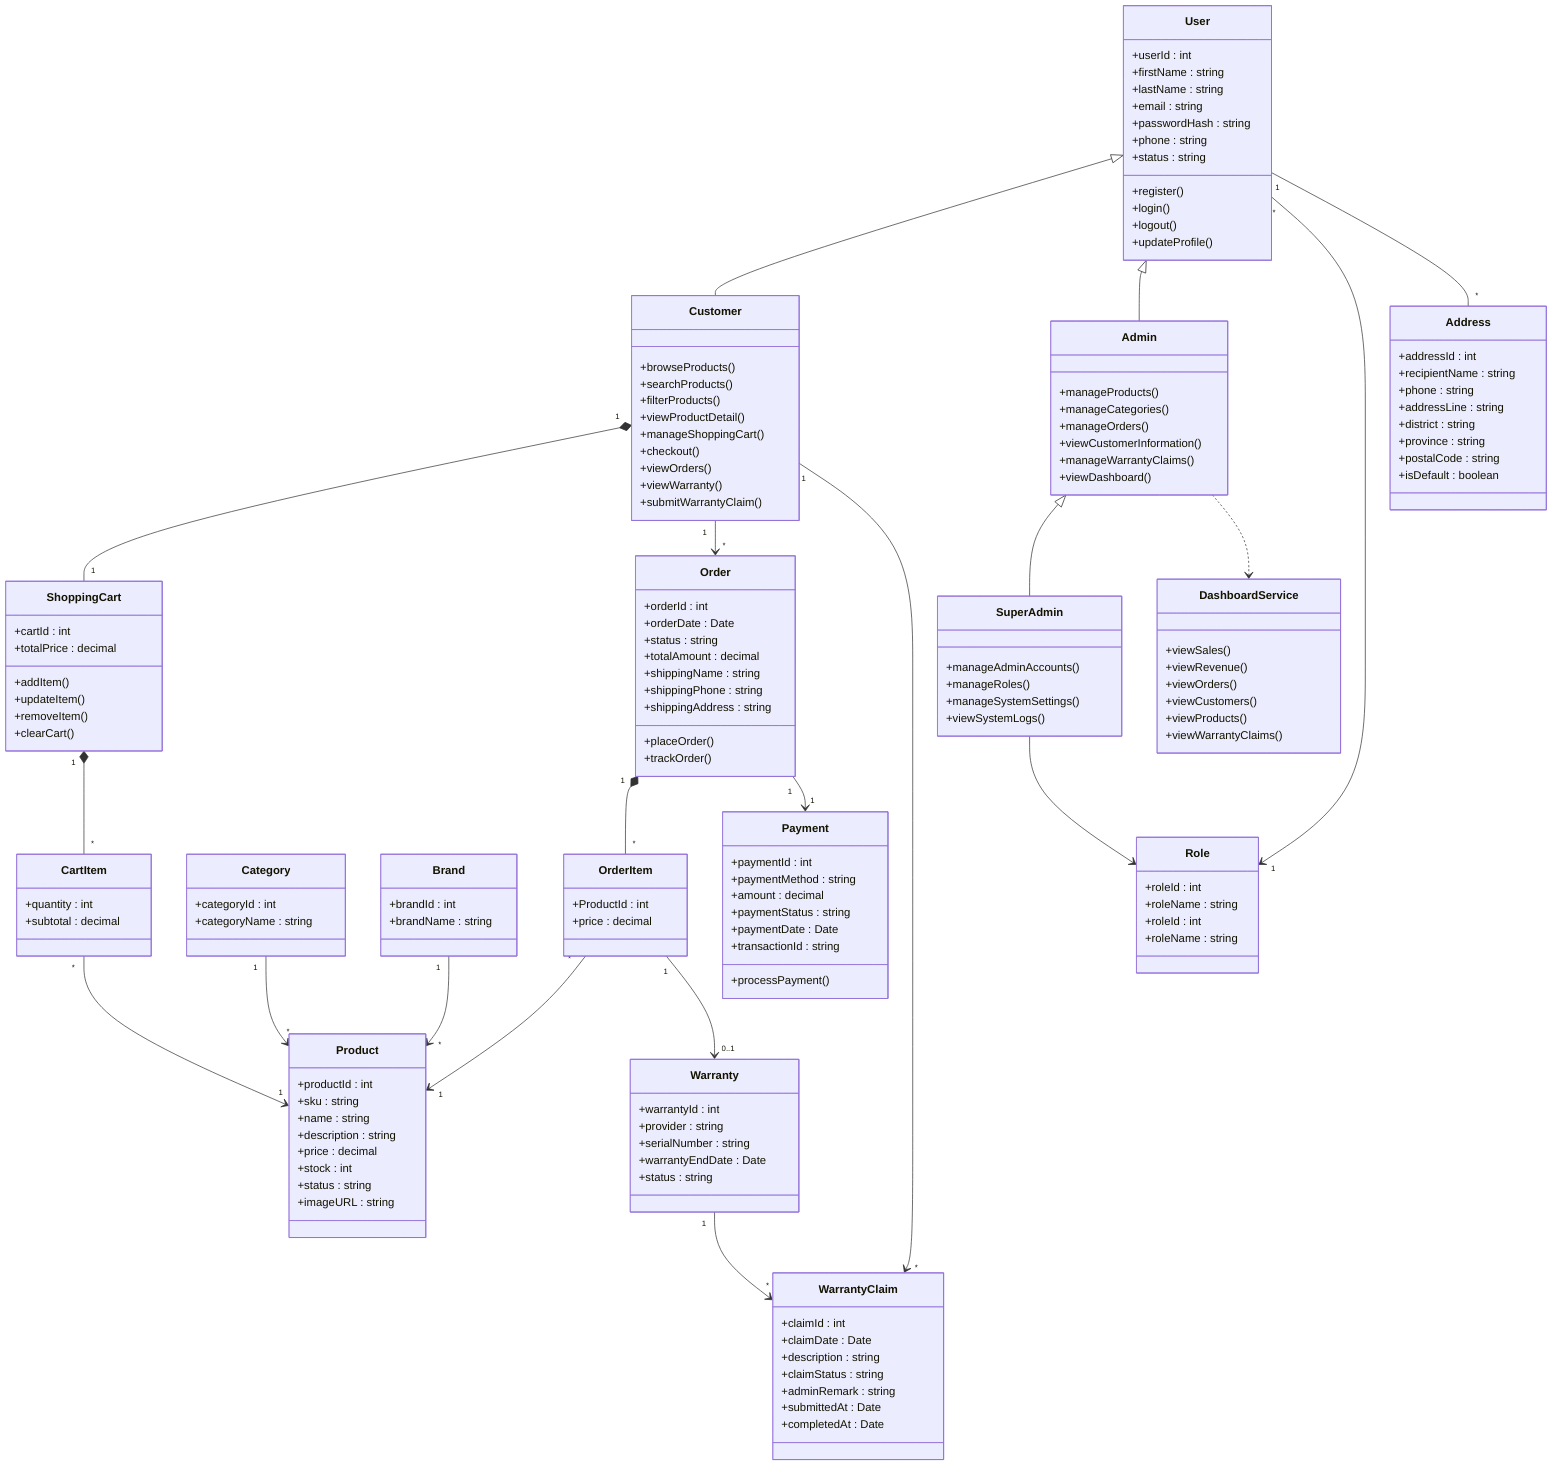
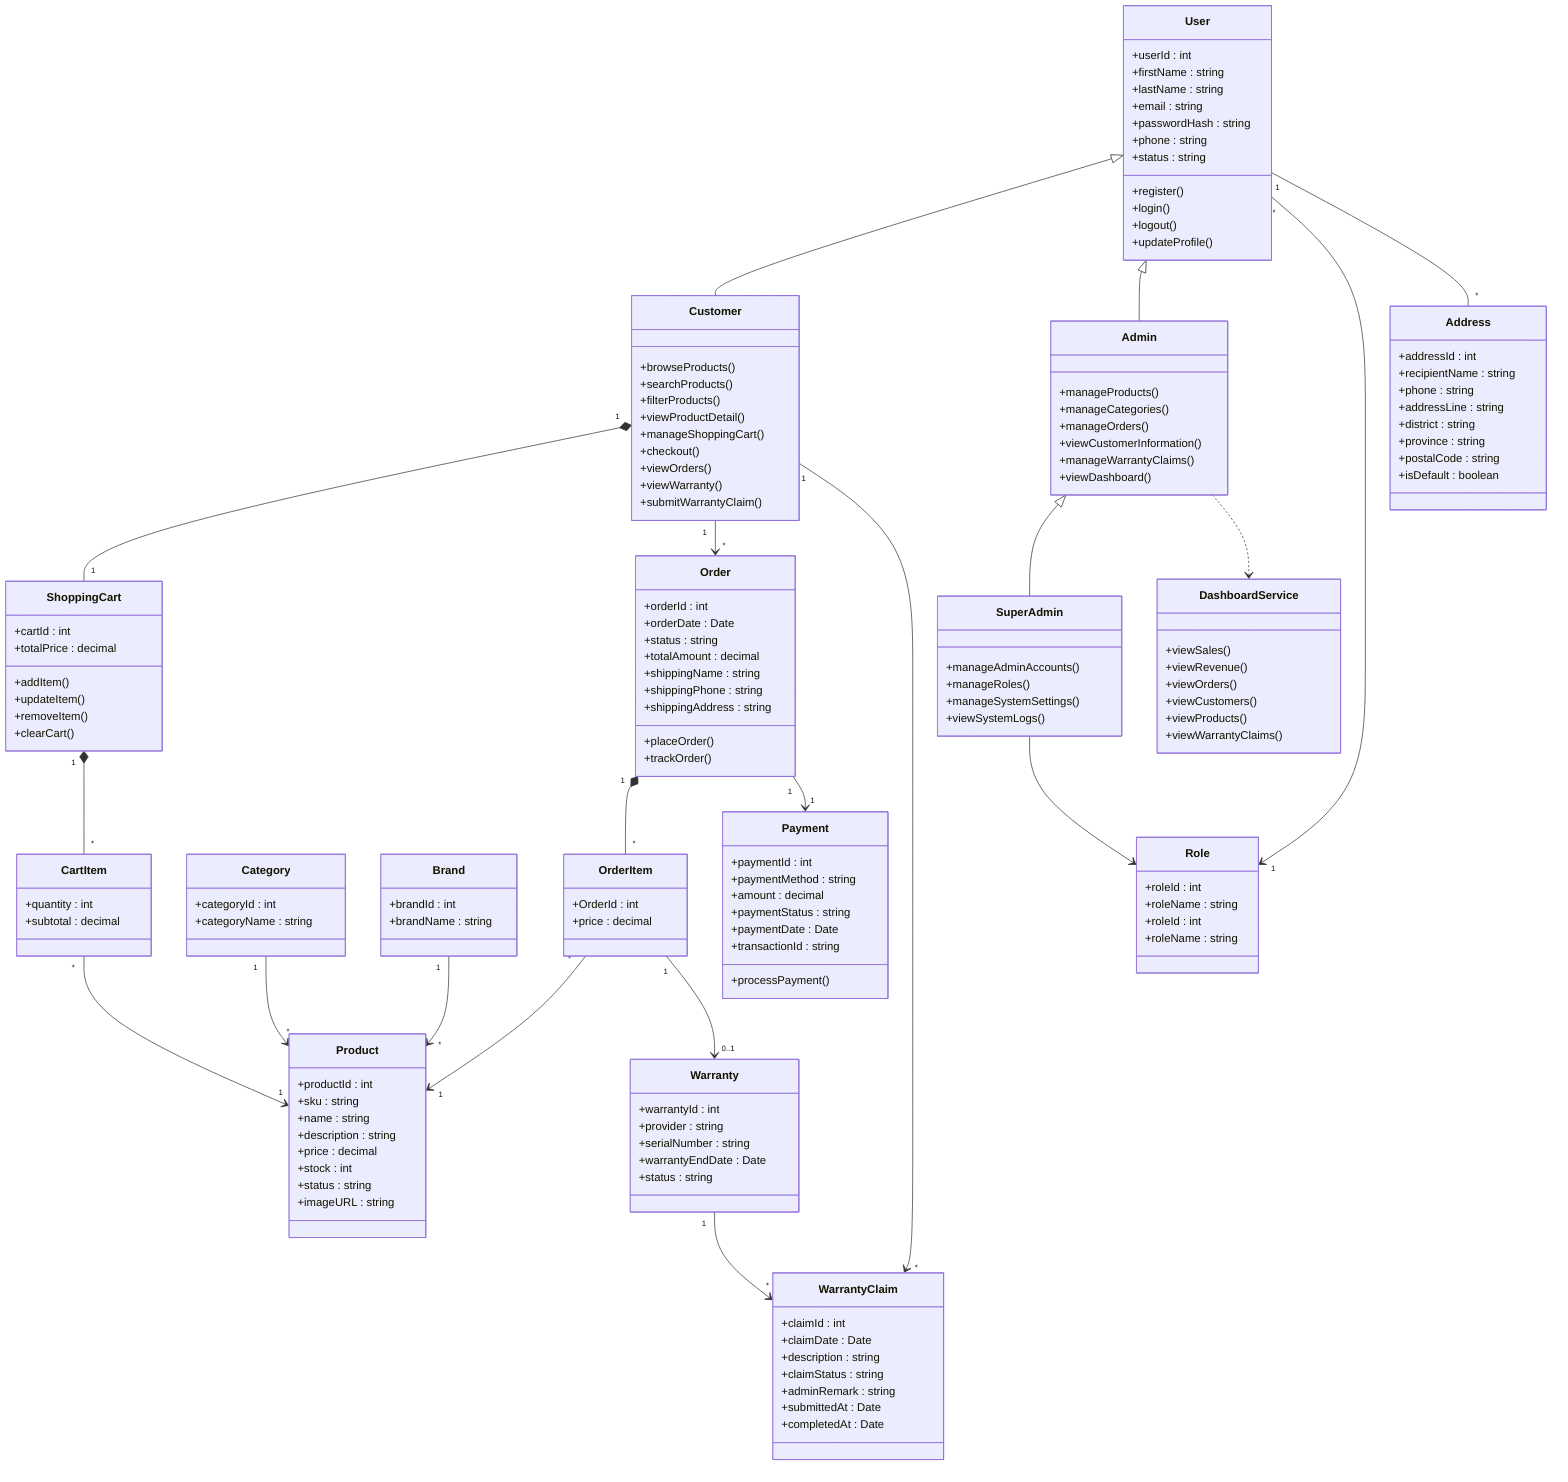
classDiagram

%% =====================================================
%% USER MANAGEMENT
%% =====================================================

class User{
+userId : int
+firstName : string
+lastName : string
+email : string
+passwordHash : string
+phone : string
+status : string

+register()
+login()
+logout()
+updateProfile()
}

class Customer{
+browseProducts()
+searchProducts()
+filterProducts()
+viewProductDetail()

+manageShoppingCart()

+checkout()

+viewOrders()

+viewWarranty()

+submitWarrantyClaim()
}

class Admin{
+manageProducts()
+manageCategories()
+manageOrders()
+viewCustomerInformation()
+manageWarrantyClaims()
+viewDashboard()
}

class SuperAdmin{
+manageAdminAccounts()
+manageRoles()
+manageSystemSettings()
+viewSystemLogs()
}

User <|-- Customer
User <|-- Admin
Admin <|-- SuperAdmin

%% =====================================================
%% ROLE
%% =====================================================

class Role{
+roleId : int
+roleName : string
}

User "*" --> "1" Role

%% =====================================================
%% ADDRESS
%% =====================================================

class Address{
+addressId : int
+recipientName : string
+phone : string
+addressLine : string
+district : string
+province : string
+postalCode : string
+isDefault : boolean
}

User "1" -- "*" Address

%% =====================================================
%% PRODUCT
%% =====================================================

class Product{
+productId : int
+sku : string
+name : string
+description : string
+price : decimal
+stock : int
+status : string
+imageURL : string
}

class Category{
+categoryId : int
+categoryName : string
}

class Brand{
+brandId : int
+brandName : string
}

Category "1" --> "*" Product
Brand "1" --> "*" Product

%% =====================================================
%% SHOPPING CART
%% =====================================================

class ShoppingCart{

+cartId : int

+totalPrice : decimal

+addItem()

+updateItem()

+removeItem()

+clearCart()

}

class CartItem{

+quantity : int

+subtotal : decimal

}

Customer "1" *-- "1" ShoppingCart

ShoppingCart "1" *-- "*" CartItem

CartItem "*" --> "1" Product

%% =====================================================
%% ORDER
%% =====================================================

class Order{

+orderId : int

+orderDate : Date

+status : string

+totalAmount : decimal

+shippingName : string

+shippingPhone : string

+shippingAddress : string

+placeOrder()

+trackOrder()

}

class OrderItem{

- +ProductId : int
+ +OrderId : int

+price : decimal

}

Customer "1" --> "*" Order

Order "1" *-- "*" OrderItem

OrderItem "*" --> "1" Product

%% =====================================================
%% PAYMENT
%% =====================================================

class Payment{

+paymentId : int

+paymentMethod : string

+amount : decimal

+paymentStatus : string

+paymentDate : Date

+transactionId : string

+processPayment()

}

Order "1" --> "1" Payment

%% =====================================================
%% WARRANTY
%% =====================================================

class Warranty{

+warrantyId : int

+provider : string

+serialNumber : string

+warrantyEndDate : Date

+status : string

}

class WarrantyClaim{

+claimId : int

+claimDate : Date

+description : string

+claimStatus : string

+adminRemark : string

+submittedAt : Date

+completedAt : Date

}

OrderItem "1" --> "0..1" Warranty

Warranty "1" --> "*" WarrantyClaim

Customer "1" --> "*" WarrantyClaim

%% =====================================================
%% DASHBOARD
%% =====================================================

class DashboardService{

+viewSales()

+viewRevenue()

+viewOrders()

+viewCustomers()

+viewProducts()

+viewWarrantyClaims()

}

Admin ..> DashboardService

%% =================================
%% ROLE
%% =================================

class Role{

+roleId : int
+roleName : string

}

SuperAdmin --> Role
